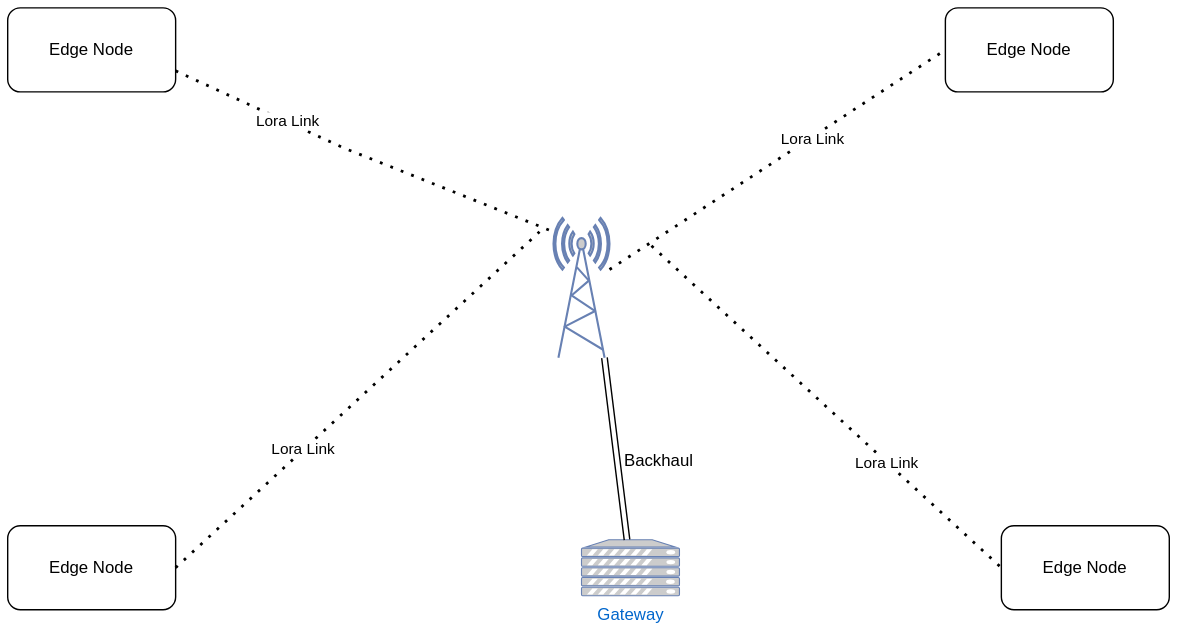
Before: week_6/img/systemOverview.drawio.svg, a diagram exported from draw.io (raynayx/OrangeStars). Source tidied: cells renumbered, new cells last; positions are measured from the earlier drawing's top-left corner, leaving out a move shared by most shapes.
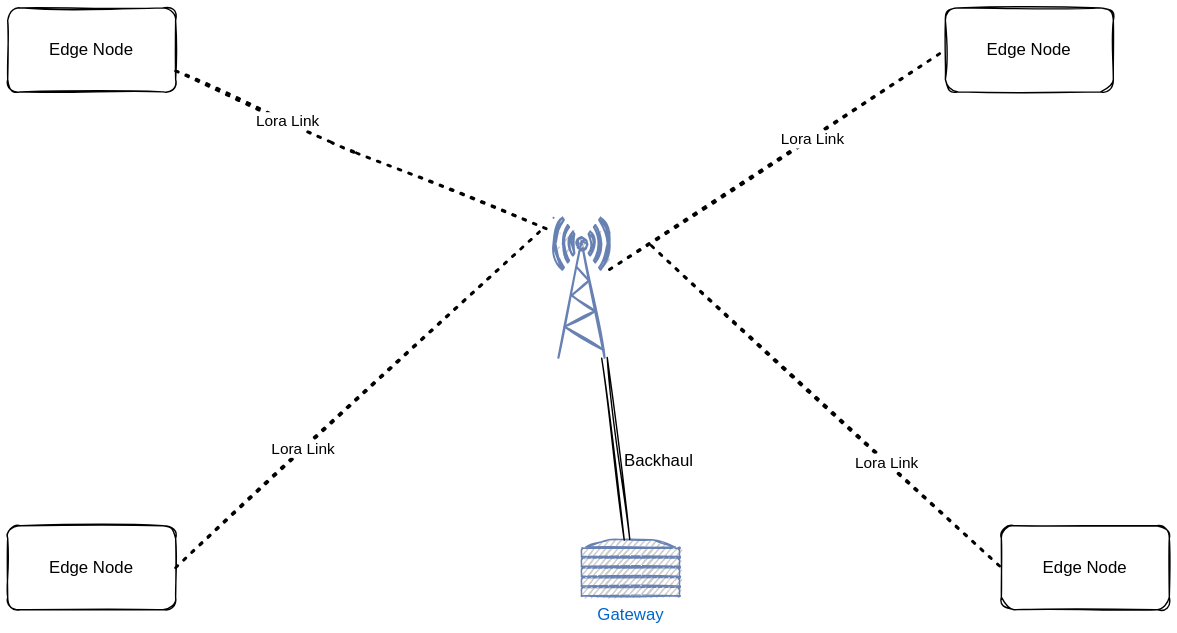
Above is the later version.

Diff of the diagram source:
```diff
@@ -2,65 +2,65 @@
   <root>
     <mxCell id="0" />
     <mxCell id="1" parent="0" />
-    <mxCell id="2" value="Edge Node" style="rounded=1;whiteSpace=wrap;html=1;" parent="1" vertex="1">
+    <mxCell id="2" value="Edge Node" style="rounded=1;whiteSpace=wrap;html=1;sketch=1;" parent="1" vertex="1">
       <mxGeometry width="120" height="60" as="geometry" />
     </mxCell>
-    <mxCell id="3" style="endArrow=none;dashed=1;html=1;dashPattern=1 3;strokeWidth=2;rounded=0;exitX=1;exitY=0.75;exitDx=0;exitDy=0;entryX=0;entryY=0.1;entryDx=0;entryDy=0;entryPerimeter=0;" parent="1" edge="1" source="2" target="9">
+    <mxCell id="3" style="endArrow=none;dashed=1;html=1;dashPattern=1 3;strokeWidth=2;rounded=1;exitX=1;exitY=0.75;exitDx=0;exitDy=0;entryX=0;entryY=0.1;entryDx=0;entryDy=0;entryPerimeter=0;sketch=1;" parent="1" edge="1" source="2" target="9">
       <mxGeometry relative="1" as="geometry">
         <Array as="points">
           <mxPoint x="240" y="100" />
         </Array>
       </mxGeometry>
     </mxCell>
-    <mxCell id="4" value="Lora Link" style="edgeLabel;html=1;align=center;verticalAlign=middle;" parent="3" vertex="1">
+    <mxCell id="4" value="Lora Link" style="edgeLabel;html=1;align=center;verticalAlign=middle;rounded=1;sketch=1;" parent="3" vertex="1">
       <mxGeometry x="-0.28" y="10" relative="1" as="geometry">
         <mxPoint x="-21" as="offset" />
       </mxGeometry>
     </mxCell>
-    <mxCell id="5" value="Edge Node" style="rounded=1;whiteSpace=wrap;html=1;" parent="1" vertex="1">
+    <mxCell id="5" value="Edge Node" style="rounded=1;whiteSpace=wrap;html=1;sketch=1;" parent="1" vertex="1">
       <mxGeometry y="370" width="120" height="60" as="geometry" />
     </mxCell>
-    <mxCell id="6" style="endArrow=none;dashed=1;html=1;dashPattern=1 3;strokeWidth=2;rounded=0;exitX=1;exitY=0.5;exitDx=0;exitDy=0;" parent="1" edge="1" source="5">
+    <mxCell id="6" style="endArrow=none;dashed=1;html=1;dashPattern=1 3;strokeWidth=2;rounded=1;exitX=1;exitY=0.5;exitDx=0;exitDy=0;sketch=1;" parent="1" edge="1" source="5">
       <mxGeometry relative="1" as="geometry">
         <mxPoint x="380" y="160" as="targetPoint" />
       </mxGeometry>
     </mxCell>
-    <mxCell id="7" value="Edge Node" style="rounded=1;whiteSpace=wrap;html=1;" parent="1" vertex="1">
+    <mxCell id="7" value="Edge Node" style="rounded=1;whiteSpace=wrap;html=1;sketch=1;" parent="1" vertex="1">
       <mxGeometry x="670" width="120" height="60" as="geometry" />
     </mxCell>
-    <mxCell id="8" value="Edge Node" style="rounded=1;whiteSpace=wrap;html=1;" parent="1" vertex="1">
+    <mxCell id="8" value="Edge Node" style="rounded=1;whiteSpace=wrap;html=1;sketch=1;" parent="1" vertex="1">
       <mxGeometry x="710" y="370" width="120" height="60" as="geometry" />
     </mxCell>
-    <mxCell id="9" style="fontColor=#0066CC;verticalAlign=top;verticalLabelPosition=bottom;labelPosition=center;align=center;html=1;outlineConnect=0;fillColor=#CCCCCC;strokeColor=#6881B3;gradientColor=none;gradientDirection=north;strokeWidth=2;shape=mxgraph.networks.radio_tower;" parent="1" vertex="1">
+    <mxCell id="9" style="fontColor=#0066CC;verticalAlign=top;verticalLabelPosition=bottom;labelPosition=center;align=center;html=1;outlineConnect=0;fillColor=#CCCCCC;strokeColor=#6881B3;gradientColor=none;gradientDirection=north;strokeWidth=2;shape=mxgraph.networks.radio_tower;rounded=1;sketch=1;" parent="1" vertex="1">
       <mxGeometry x="390" y="150" width="40" height="100" as="geometry" />
     </mxCell>
-    <mxCell id="10" style="endArrow=none;dashed=1;html=1;dashPattern=1 3;strokeWidth=2;rounded=0;entryX=0;entryY=0.5;entryDx=0;entryDy=0;" parent="1" edge="1" source="9" target="7">
+    <mxCell id="10" style="endArrow=none;dashed=1;html=1;dashPattern=1 3;strokeWidth=2;rounded=1;entryX=0;entryY=0.5;entryDx=0;entryDy=0;sketch=1;" parent="1" edge="1" source="9" target="7">
       <mxGeometry relative="1" as="geometry" />
     </mxCell>
-    <mxCell id="11" style="endArrow=none;dashed=1;html=1;dashPattern=1 3;strokeWidth=2;rounded=0;entryX=0;entryY=0.5;entryDx=0;entryDy=0;" parent="1" edge="1" target="8">
+    <mxCell id="11" style="endArrow=none;dashed=1;html=1;dashPattern=1 3;strokeWidth=2;rounded=1;entryX=0;entryY=0.5;entryDx=0;entryDy=0;sketch=1;" parent="1" edge="1" target="8">
       <mxGeometry relative="1" as="geometry">
         <mxPoint x="460" y="170" as="sourcePoint" />
       </mxGeometry>
     </mxCell>
-    <mxCell id="12" style="edgeStyle=orthogonalEdgeStyle;rounded=0;orthogonalLoop=1;jettySize=auto;html=1;exitX=0.5;exitY=1;exitDx=0;exitDy=0;exitPerimeter=0;" parent="1" edge="1" source="9" target="9">
+    <mxCell id="12" style="edgeStyle=orthogonalEdgeStyle;rounded=1;orthogonalLoop=1;jettySize=auto;html=1;exitX=0.5;exitY=1;exitDx=0;exitDy=0;exitPerimeter=0;sketch=1;" parent="1" edge="1" source="9" target="9">
       <mxGeometry relative="1" as="geometry" />
     </mxCell>
-    <mxCell id="13" value="Gateway" style="fontColor=#0066CC;verticalAlign=top;verticalLabelPosition=bottom;labelPosition=center;align=center;html=1;outlineConnect=0;fillColor=#CCCCCC;strokeColor=#6881B3;gradientColor=none;gradientDirection=north;strokeWidth=2;shape=mxgraph.networks.server;" parent="1" vertex="1">
+    <mxCell id="13" value="Gateway" style="fontColor=#0066CC;verticalAlign=top;verticalLabelPosition=bottom;labelPosition=center;align=center;html=1;outlineConnect=0;fillColor=#CCCCCC;strokeColor=#6881B3;gradientColor=none;gradientDirection=north;strokeWidth=2;shape=mxgraph.networks.server;rounded=1;sketch=1;" parent="1" vertex="1">
       <mxGeometry x="410" y="380" width="70" height="40" as="geometry" />
     </mxCell>
-    <mxCell id="14" style="shape=link;html=1;rounded=0;exitX=0.91;exitY=1;exitDx=0;exitDy=0;exitPerimeter=0;" parent="1" edge="1" source="9" target="13">
+    <mxCell id="14" style="shape=link;html=1;rounded=1;exitX=0.91;exitY=1;exitDx=0;exitDy=0;exitPerimeter=0;sketch=1;" parent="1" edge="1" source="9" target="13">
       <mxGeometry relative="1" as="geometry" />
     </mxCell>
-    <mxCell id="15" value="Lora Link" style="edgeLabel;html=1;align=center;verticalAlign=middle;" parent="1" vertex="1">
+    <mxCell id="15" value="Lora Link" style="edgeLabel;html=1;align=center;verticalAlign=middle;rounded=1;sketch=1;" parent="1" vertex="1">
       <mxGeometry x="210.5" y="314.1" as="geometry" />
     </mxCell>
-    <mxCell id="16" value="Lora Link" style="edgeLabel;html=1;align=center;verticalAlign=middle;" parent="1" vertex="1">
+    <mxCell id="16" value="Lora Link" style="edgeLabel;html=1;align=center;verticalAlign=middle;rounded=1;sketch=1;" parent="1" vertex="1">
       <mxGeometry x="627.5" y="324.1" as="geometry" />
     </mxCell>
-    <mxCell id="17" value="Lora Link" style="edgeLabel;html=1;align=center;verticalAlign=middle;" parent="1" vertex="1">
+    <mxCell id="17" value="Lora Link" style="edgeLabel;html=1;align=center;verticalAlign=middle;rounded=1;sketch=1;" parent="1" vertex="1">
       <mxGeometry x="574.5" y="93.1" as="geometry" />
     </mxCell>
-    <mxCell id="18" value="Backhaul" style="text;html=1;align=center;verticalAlign=middle;strokeColor=none;fillColor=none;" parent="1" vertex="1">
+    <mxCell id="18" value="Backhaul" style="text;html=1;align=center;verticalAlign=middle;strokeColor=none;fillColor=none;rounded=1;sketch=1;" parent="1" vertex="1">
       <mxGeometry x="430" y="314.1" width="70" height="20" as="geometry" />
     </mxCell>
   </root>
```
